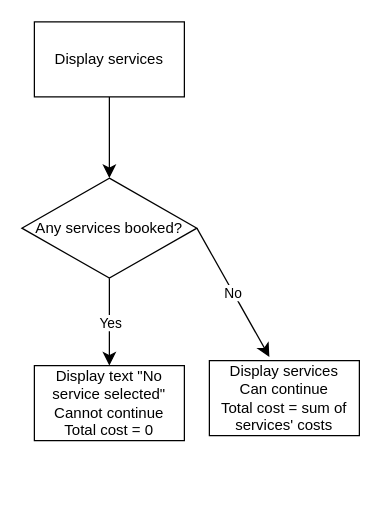
Earlier version of the draw.io diagram page "Flow-chart-display-services" (9 of 11) of src/Booking-website.drawio (nga-pham/booking-website). Source tidied: cells renumbered, new cells numbered last; positions are measured from the earlier drawing's top-left corner, leaving out a move shared by most shapes. Both pictures are drawn from the tidied source at 125%, with x=0, y=0 at pixel (21, 21).
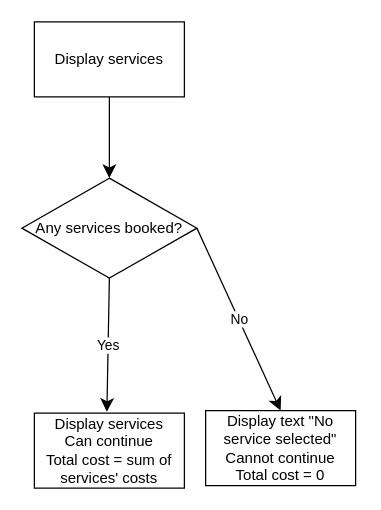
After the change.

What changed in the source:
```diff
@@
 <mxGraphModel>
   <root>
     <mxCell id="0" />
     <mxCell id="1" parent="0" />
     <mxCell id="2" value="Display services" style="rounded=0;whiteSpace=wrap;html=1;" parent="1" vertex="1">
       <mxGeometry x="10" width="120" height="60" as="geometry" />
     </mxCell>
     <mxCell id="3" value="Any services booked?" style="rhombus;whiteSpace=wrap;html=1;" parent="1" vertex="1">
       <mxGeometry y="125" width="140" height="80" as="geometry" />
     </mxCell>
     <mxCell id="4" style="endArrow=classic;html=1;rounded=0;fontSize=12;startSize=8;endSize=8;curved=1;exitX=0.5;exitY=1;exitDx=0;exitDy=0;entryX=0.5;entryY=0;entryDx=0;entryDy=0;" parent="1" edge="1" source="2" target="3">
       <mxGeometry relative="1" as="geometry" />
     </mxCell>
-    <mxCell id="5" style="endArrow=classic;html=1;rounded=0;fontSize=12;startSize=8;endSize=8;curved=1;exitX=0.5;exitY=1;exitDx=0;exitDy=0;entryX=0.5;entryY=0;entryDx=0;entryDy=0;" parent="1" edge="1" source="3" target="7">
-      <mxGeometry relative="1" as="geometry" />
+    <mxCell id="5" style="endArrow=classic;html=1;rounded=0;fontSize=12;startSize=8;endSize=8;curved=1;exitX=0.5;exitY=1;exitDx=0;exitDy=0;" parent="1" edge="1" source="3">
+      <mxGeometry relative="1" as="geometry">
+        <mxPoint x="68" y="312" as="targetPoint" />
+      </mxGeometry>
     </mxCell>
     <mxCell id="6" value="Yes" style="edgeLabel;html=1;align=center;verticalAlign=middle;" parent="5" vertex="1">
       <mxGeometry relative="1" as="geometry" />
     </mxCell>
     <mxCell id="7" value="Display text &quot;No service selected&quot;&lt;div&gt;Cannot continue&lt;/div&gt;&lt;div&gt;Total cost = 0&lt;/div&gt;" style="rounded=0;whiteSpace=wrap;html=1;" parent="1" vertex="1">
-      <mxGeometry x="10" y="275" width="120" height="60" as="geometry" />
+      <mxGeometry x="147" y="311" width="120" height="60" as="geometry" />
     </mxCell>
-    <mxCell id="8" style="endArrow=classic;html=1;rounded=0;fontSize=12;startSize=8;endSize=8;curved=1;exitX=1;exitY=0.5;exitDx=0;exitDy=0;" parent="1" edge="1" source="3">
-      <mxGeometry relative="1" as="geometry">
-        <mxPoint x="198" y="268" as="targetPoint" />
-      </mxGeometry>
+    <mxCell id="8" style="endArrow=classic;html=1;rounded=0;fontSize=12;startSize=8;endSize=8;curved=1;exitX=1;exitY=0.5;exitDx=0;exitDy=0;entryX=0.5;entryY=0;entryDx=0;entryDy=0;" parent="1" edge="1" source="3" target="7">
+      <mxGeometry relative="1" as="geometry" />
     </mxCell>
     <mxCell id="9" value="No" style="edgeLabel;html=1;align=center;verticalAlign=middle;" parent="8" vertex="1">
       <mxGeometry relative="1" as="geometry" />
     </mxCell>
     <mxCell id="10" value="Display services&lt;div&gt;Can continue&lt;/div&gt;&lt;div&gt;Total cost = sum of services' costs&lt;/div&gt;" style="rounded=0;whiteSpace=wrap;html=1;" parent="1" vertex="1">
-      <mxGeometry x="150" y="271" width="120" height="60" as="geometry" />
+      <mxGeometry x="10" y="313" width="120" height="60" as="geometry" />
     </mxCell>
   </root>
 </mxGraphModel>
```
